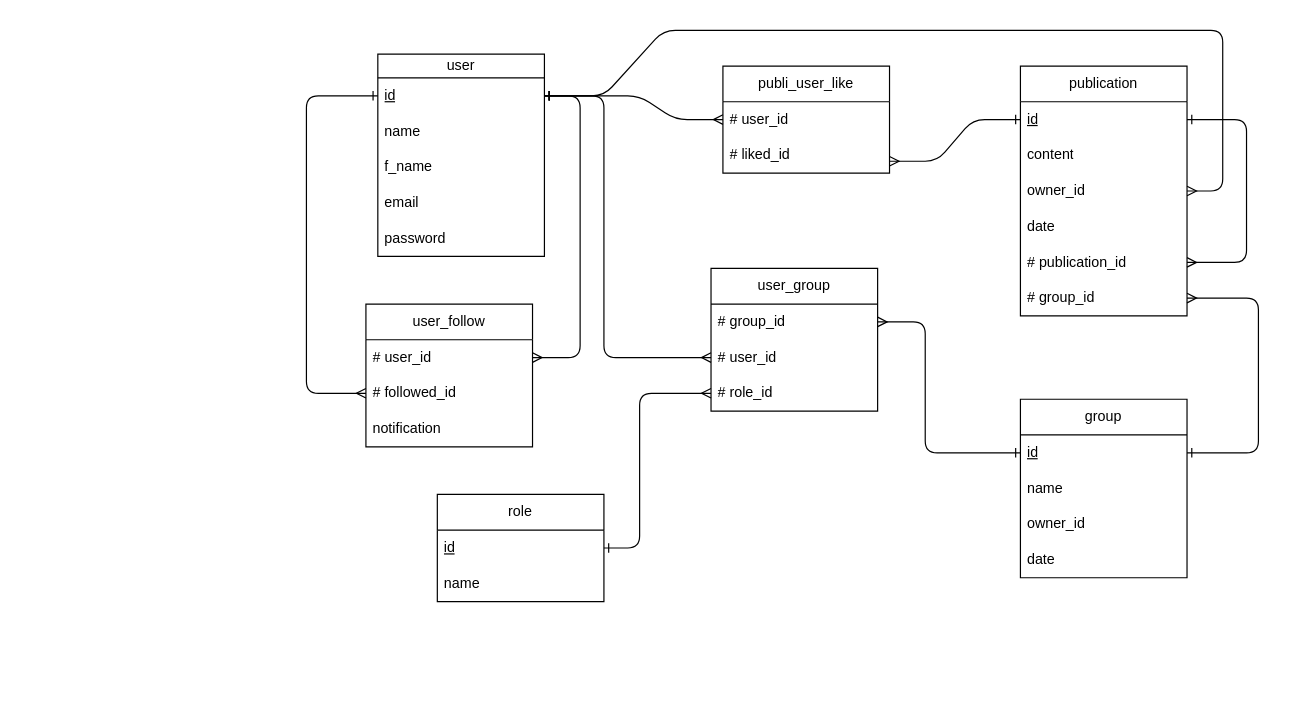
Before: MLD.drawio in morganb75/myBrief04, a draw.io diagram. Source tidied: cells renumbered, new cells numbered last; positions are measured from the earlier drawing's top-left corner, leaving out a move shared by most shapes. Both pictures are drawn from the tidied source at 119%, with x=0, y=0 at pixel (306, 30).
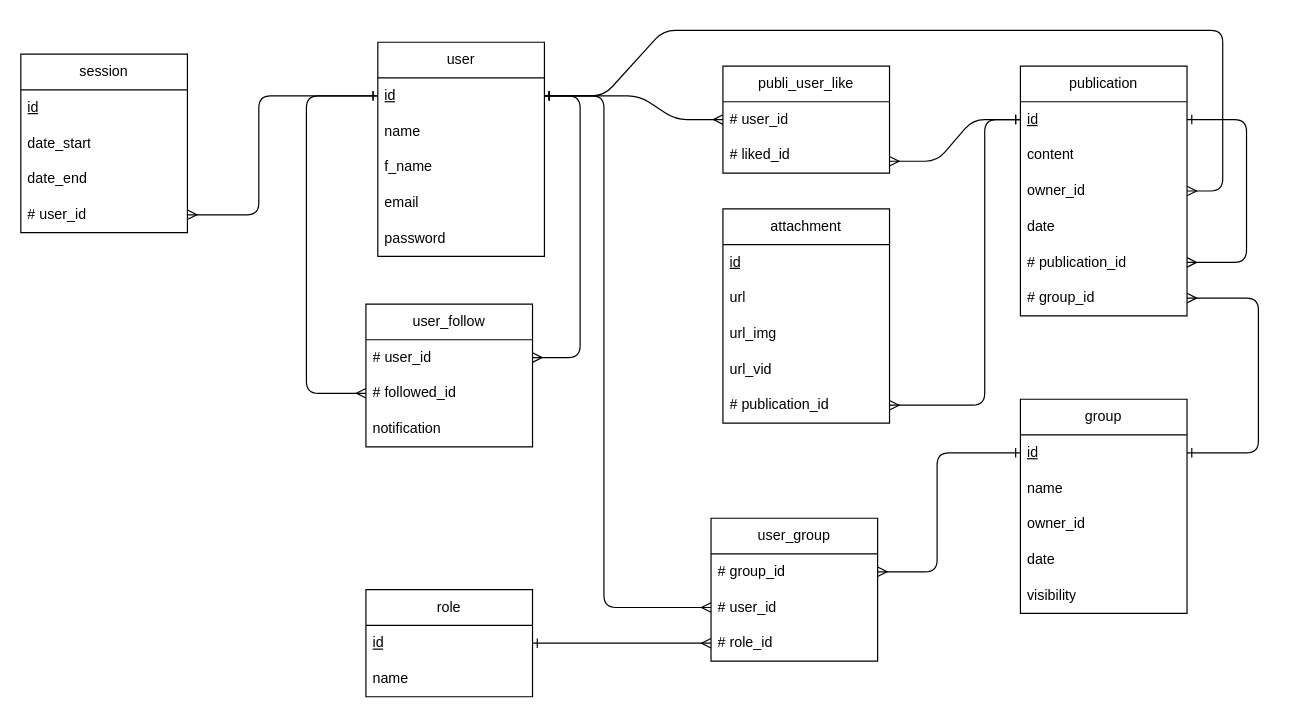
The same page after the edit.

Commit message (it also covers changes not shown here):
attachment table

The change refers to these unchanged cells:
```xml
<mxCell id="3" value="&lt;u&gt;id&lt;/u&gt;" style="text;strokeColor=none;fillColor=none;align=left;verticalAlign=middle;spacingLeft=4;spacingRight=4;overflow=hidden;points=[[0,0.5],[1,0.5]];portConstraint=eastwest;whiteSpace=wrap;html=1;" parent="2" vertex="1">
  <mxGeometry y="30" width="140" height="30" as="geometry" />
</mxCell>
<mxCell id="17" value="&lt;u&gt;id&lt;/u&gt;" style="text;strokeColor=none;fillColor=none;align=left;verticalAlign=middle;spacingLeft=4;spacingRight=4;overflow=hidden;points=[[0,0.5],[1,0.5]];portConstraint=eastwest;whiteSpace=wrap;html=1;" parent="16" vertex="1">
  <mxGeometry y="30" width="140" height="30" as="geometry" />
</mxCell>
<mxCell id="20" value="# group_id" style="text;strokeColor=none;fillColor=none;align=left;verticalAlign=middle;spacingLeft=4;spacingRight=4;overflow=hidden;points=[[0,0.5],[1,0.5]];portConstraint=eastwest;whiteSpace=wrap;html=1;" parent="19" vertex="1">
  <mxGeometry y="30" width="140" height="30" as="geometry" />
</mxCell>
<mxCell id="21" value="# user_id" style="text;strokeColor=none;fillColor=none;align=left;verticalAlign=middle;spacingLeft=4;spacingRight=4;overflow=hidden;points=[[0,0.5],[1,0.5]];portConstraint=eastwest;whiteSpace=wrap;html=1;" parent="19" vertex="1">
  <mxGeometry y="60" width="140" height="30" as="geometry" />
</mxCell>
<mxCell id="22" value="# role_id" style="text;strokeColor=none;fillColor=none;align=left;verticalAlign=middle;spacingLeft=4;spacingRight=4;overflow=hidden;points=[[0,0.5],[1,0.5]];portConstraint=eastwest;whiteSpace=wrap;html=1;" parent="19" vertex="1">
  <mxGeometry y="90" width="140" height="30" as="geometry" />
</mxCell>
<mxCell id="38" value="&lt;u&gt;id&lt;/u&gt;" style="text;strokeColor=none;fillColor=none;align=left;verticalAlign=middle;spacingLeft=4;spacingRight=4;overflow=hidden;points=[[0,0.5],[1,0.5]];portConstraint=eastwest;whiteSpace=wrap;html=1;" parent="37" vertex="1">
  <mxGeometry y="30" width="140" height="30" as="geometry" />
</mxCell>
```

The edit, as a diff of the source:
```diff
@@
-    <mxCell id="10" value="user" style="swimlane;fontStyle=0;horizontal=1;startSize=20;whiteSpace=wrap;html=1;" parent="1" vertex="1">
-      <mxGeometry x="60" y="20" width="140" height="170" as="geometry" />
+    <mxCell id="10" value="user" style="swimlane;fontStyle=0;horizontal=1;startSize=30;whiteSpace=wrap;html=1;" parent="1" vertex="1">
+      <mxGeometry x="60" y="10" width="140" height="180" as="geometry" />
     </mxCell>
     <mxCell id="11" value="&lt;u&gt;id&lt;/u&gt;" style="text;strokeColor=none;fillColor=none;align=left;verticalAlign=middle;spacingLeft=4;spacingRight=4;overflow=hidden;points=[[0,0.5],[1,0.5]];portConstraint=eastwest;whiteSpace=wrap;html=1;" parent="10" vertex="1">
-      <mxGeometry y="20" width="140" height="30" as="geometry" />
+      <mxGeometry y="30" width="140" height="30" as="geometry" />
     </mxCell>
     <mxCell id="12" value="name" style="text;strokeColor=none;fillColor=none;align=left;verticalAlign=middle;spacingLeft=4;spacingRight=4;overflow=hidden;whiteSpace=wrap;html=1;" parent="10" vertex="1">
-      <mxGeometry y="50" width="140" height="30" as="geometry" />
+      <mxGeometry y="60" width="140" height="30" as="geometry" />
     </mxCell>
     <mxCell id="13" value="f_name" style="text;strokeColor=none;fillColor=none;align=left;verticalAlign=middle;spacingLeft=4;spacingRight=4;overflow=hidden;whiteSpace=wrap;html=1;" parent="10" vertex="1">
-      <mxGeometry y="80" width="140" height="30" as="geometry" />
+      <mxGeometry y="90" width="140" height="30" as="geometry" />
     </mxCell>
     <mxCell id="14" value="email" style="text;strokeColor=none;fillColor=none;align=left;verticalAlign=middle;spacingLeft=4;spacingRight=4;overflow=hidden;whiteSpace=wrap;html=1;" parent="10" vertex="1">
-      <mxGeometry y="110" width="140" height="30" as="geometry" />
+      <mxGeometry y="120" width="140" height="30" as="geometry" />
     </mxCell>
     <mxCell id="15" value="password" style="text;strokeColor=none;fillColor=none;align=left;verticalAlign=middle;spacingLeft=4;spacingRight=4;overflow=hidden;whiteSpace=wrap;html=1;" parent="10" vertex="1">
-      <mxGeometry y="140" width="140" height="30" as="geometry" />
+      <mxGeometry y="150" width="140" height="30" as="geometry" />
     </mxCell>
     <mxCell id="16" value="role" style="swimlane;fontStyle=0;horizontal=1;startSize=30;whiteSpace=wrap;html=1;" parent="1" vertex="1">
-      <mxGeometry x="110" y="390" width="140" height="90" as="geometry" />
+      <mxGeometry x="50" y="470" width="140" height="90" as="geometry" />
     </mxCell>
@@
     <mxCell id="19" value="user_group" style="swimlane;fontStyle=0;horizontal=1;startSize=30;whiteSpace=wrap;html=1;" parent="1" vertex="1">
-      <mxGeometry x="340" y="200" width="140" height="120" as="geometry" />
+      <mxGeometry x="340" y="410" width="140" height="120" as="geometry" />
     </mxCell>
@@
     <mxCell id="34" style="edgeStyle=none;html=1;entryX=1;entryY=0.5;entryDx=0;entryDy=0;startArrow=ERmany;startFill=0;endArrow=ERone;endFill=0;exitX=0;exitY=0.5;exitDx=0;exitDy=0;" parent="1" edge="1" source="21" target="11">
       <mxGeometry relative="1" as="geometry">
         <Array as="points">
-          <mxPoint x="250" y="275" />
+          <mxPoint x="250" y="485" />
           <mxPoint x="250" y="190" />
           <mxPoint x="250" y="55" />
         </Array>
       </mxGeometry>
     </mxCell>
     <mxCell id="35" style="edgeStyle=none;html=1;entryX=1;entryY=0.5;entryDx=0;entryDy=0;startArrow=ERmany;startFill=0;endArrow=ERone;endFill=0;exitX=0;exitY=0.5;exitDx=0;exitDy=0;" parent="1" edge="1" source="22" target="17">
       <mxGeometry relative="1" as="geometry">
         <Array as="points">
-          <mxPoint x="280" y="305" />
-          <mxPoint x="280" y="350" />
-          <mxPoint x="280" y="435" />
+          <mxPoint x="280" y="515" />
         </Array>
       </mxGeometry>
     </mxCell>
@@
     <mxCell id="37" value="group" style="swimlane;fontStyle=0;horizontal=1;startSize=30;whiteSpace=wrap;html=1;" parent="1" vertex="1">
-      <mxGeometry x="600" y="310" width="140" height="150" as="geometry" />
+      <mxGeometry x="600" y="310" width="140" height="180" as="geometry" />
     </mxCell>
@@
+    <mxCell id="44" value="visibility" style="text;strokeColor=none;fillColor=none;align=left;verticalAlign=middle;spacingLeft=4;spacingRight=4;overflow=hidden;whiteSpace=wrap;html=1;" parent="37" vertex="1">
+      <mxGeometry y="150" width="140" height="30" as="geometry" />
+    </mxCell>
     <mxCell id="42" style="edgeStyle=none;html=1;entryX=0;entryY=0.5;entryDx=0;entryDy=0;startArrow=ERmany;startFill=0;endArrow=ERone;endFill=0;exitX=1;exitY=0.5;exitDx=0;exitDy=0;" parent="1" edge="1" source="20" target="38">
       <mxGeometry relative="1" as="geometry">
         <Array as="points">
-          <mxPoint x="520" y="245" />
-          <mxPoint x="520" y="320" />
-          <mxPoint x="520" y="355" />
+          <mxPoint x="530" y="455" />
+          <mxPoint x="530" y="355" />
         </Array>
       </mxGeometry>
     </mxCell>
@@
+    <mxCell id="45" style="edgeStyle=none;html=1;entryX=0;entryY=0.5;entryDx=0;entryDy=0;endArrow=ERone;endFill=0;startArrow=ERmany;startFill=0;exitX=1;exitY=0.5;exitDx=0;exitDy=0;" parent="1" edge="1" source="50" target="11">
+      <mxGeometry relative="1" as="geometry">
+        <Array as="points">
+          <mxPoint x="-40" y="155" />
+          <mxPoint x="-40" y="55" />
+        </Array>
+      </mxGeometry>
+    </mxCell>
+    <mxCell id="46" value="session" style="swimlane;fontStyle=0;horizontal=1;startSize=30;whiteSpace=wrap;html=1;" parent="1" vertex="1">
+      <mxGeometry x="-240" y="20" width="140" height="150" as="geometry" />
+    </mxCell>
+    <mxCell id="47" value="&lt;u&gt;id&lt;/u&gt;" style="text;strokeColor=none;fillColor=none;align=left;verticalAlign=middle;spacingLeft=4;spacingRight=4;overflow=hidden;whiteSpace=wrap;html=1;" parent="46" vertex="1">
+      <mxGeometry y="30" width="140" height="30" as="geometry" />
+    </mxCell>
+    <mxCell id="48" value="date_start" style="text;strokeColor=none;fillColor=none;align=left;verticalAlign=middle;spacingLeft=4;spacingRight=4;overflow=hidden;whiteSpace=wrap;html=1;" parent="46" vertex="1">
+      <mxGeometry y="60" width="140" height="30" as="geometry" />
+    </mxCell>
+    <mxCell id="49" value="date_end" style="text;strokeColor=none;fillColor=none;align=left;verticalAlign=middle;spacingLeft=4;spacingRight=4;overflow=hidden;whiteSpace=wrap;html=1;" parent="46" vertex="1">
+      <mxGeometry y="90" width="140" height="30" as="geometry" />
+    </mxCell>
+    <mxCell id="50" value="# user_id" style="text;strokeColor=none;fillColor=none;align=left;verticalAlign=middle;spacingLeft=4;spacingRight=4;overflow=hidden;points=[[0,0.5],[1,0.5]];portConstraint=eastwest;whiteSpace=wrap;html=1;" parent="46" vertex="1">
+      <mxGeometry y="120" width="140" height="30" as="geometry" />
+    </mxCell>
+    <mxCell id="51" value="attachment" style="swimlane;fontStyle=0;horizontal=1;startSize=30;whiteSpace=wrap;html=1;" parent="1" vertex="1">
+      <mxGeometry x="350" y="150" width="140" height="180" as="geometry" />
+    </mxCell>
+    <mxCell id="52" value="&lt;u&gt;id&lt;/u&gt;" style="text;strokeColor=none;fillColor=none;align=left;verticalAlign=middle;spacingLeft=4;spacingRight=4;overflow=hidden;whiteSpace=wrap;html=1;" parent="51" vertex="1">
+      <mxGeometry y="30" width="140" height="30" as="geometry" />
+    </mxCell>
+    <mxCell id="53" value="url" style="text;strokeColor=none;fillColor=none;align=left;verticalAlign=middle;spacingLeft=4;spacingRight=4;overflow=hidden;whiteSpace=wrap;html=1;" parent="51" vertex="1">
+      <mxGeometry y="60" width="140" height="30" as="geometry" />
+    </mxCell>
+    <mxCell id="54" value="url_img" style="text;strokeColor=none;fillColor=none;align=left;verticalAlign=middle;spacingLeft=4;spacingRight=4;overflow=hidden;whiteSpace=wrap;html=1;" parent="51" vertex="1">
+      <mxGeometry y="90" width="140" height="30" as="geometry" />
+    </mxCell>
+    <mxCell id="55" value="url_vid" style="text;strokeColor=none;fillColor=none;align=left;verticalAlign=middle;spacingLeft=4;spacingRight=4;overflow=hidden;whiteSpace=wrap;html=1;" parent="51" vertex="1">
+      <mxGeometry y="120" width="140" height="30" as="geometry" />
+    </mxCell>
+    <mxCell id="56" value="# publication_id" style="text;strokeColor=none;fillColor=none;align=left;verticalAlign=middle;spacingLeft=4;spacingRight=4;overflow=hidden;points=[[0,0.5],[1,0.5]];portConstraint=eastwest;whiteSpace=wrap;html=1;" parent="51" vertex="1">
+      <mxGeometry y="150" width="140" height="30" as="geometry" />
+    </mxCell>
+    <mxCell id="57" style="edgeStyle=none;html=1;entryX=0;entryY=0.5;entryDx=0;entryDy=0;startArrow=ERmany;startFill=0;endArrow=ERone;endFill=0;exitX=1;exitY=0.5;exitDx=0;exitDy=0;" parent="1" edge="1" source="56" target="3">
+      <mxGeometry relative="1" as="geometry">
+        <Array as="points">
+          <mxPoint x="570" y="315" />
+          <mxPoint x="570" y="75" />
+        </Array>
+      </mxGeometry>
+    </mxCell>
```
